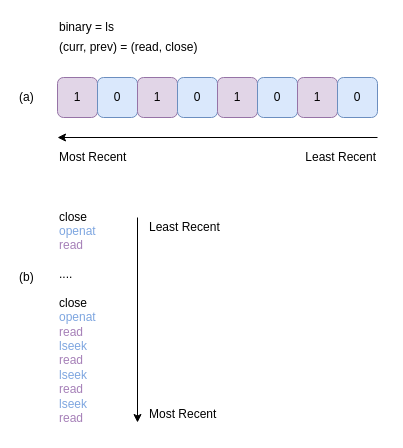
Earlier version of the draw.io diagram figures/drawio/lookahead.drawio (willfindlay/honors-thesis). Source tidied: cells renumbered, new cells numbered last; positions are measured from the earlier drawing's top-left corner, leaving out a move shared by most shapes. Both pictures are drawn from the tidied source at 100%, with x=0, y=0 at pixel (17, 17).
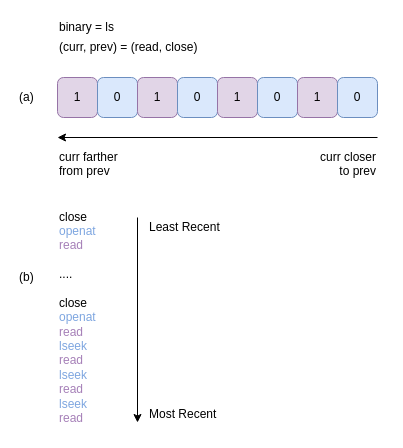
The same page after the edit.

What changed in the source:
```diff
@@
-    <mxCell id="11" value="Least Recent" style="text;html=1;align=right;verticalAlign=top;spacingTop=-4;" parent="1" vertex="1">
-      <mxGeometry x="270" y="130" width="90" height="20" as="geometry" />
+    <mxCell id="11" value="curr closer&lt;br&gt;to prev" style="text;html=1;align=right;verticalAlign=top;spacingTop=-4;" parent="1" vertex="1">
+      <mxGeometry x="280" y="130" width="80" height="30" as="geometry" />
     </mxCell>
-    <mxCell id="12" value="Most Recent" style="text;html=1;align=left;verticalAlign=top;spacingTop=-4;" parent="1" vertex="1">
-      <mxGeometry x="40" y="130" width="90" height="20" as="geometry" />
+    <mxCell id="12" value="curr farther&lt;br&gt;from prev" style="text;html=1;align=left;verticalAlign=top;spacingTop=-4;" parent="1" vertex="1">
+      <mxGeometry x="40" y="130" width="80" height="30" as="geometry" />
     </mxCell>
```
